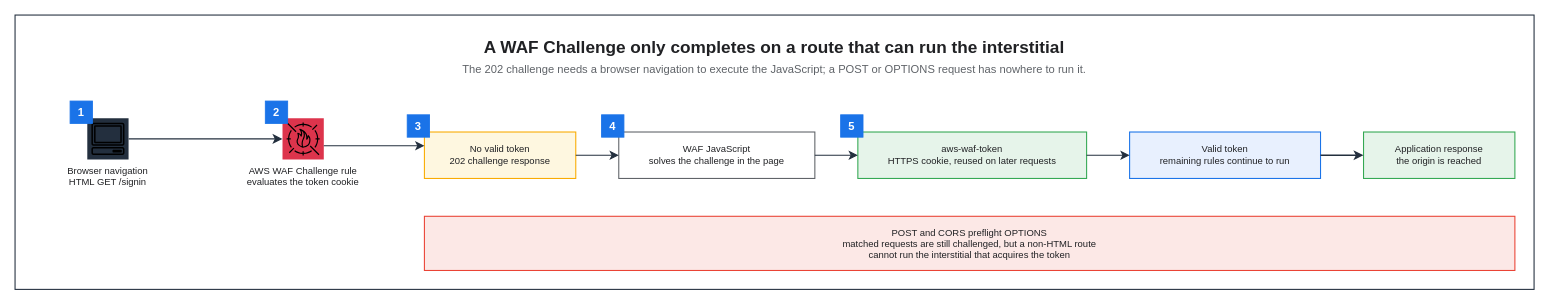
The draw.io diagram assets/img/aws/aws-waf-challenge-token-flow.drawio in KKamJi98/kkamji98.github.io, before the edit. Source tidied: cells renumbered, new cells numbered last; positions are measured from the earlier drawing's top-left corner, leaving out a move shared by most shapes. Both pictures are drawn from the tidied source at 86%, with x=0, y=0 at pixel (15, 15).
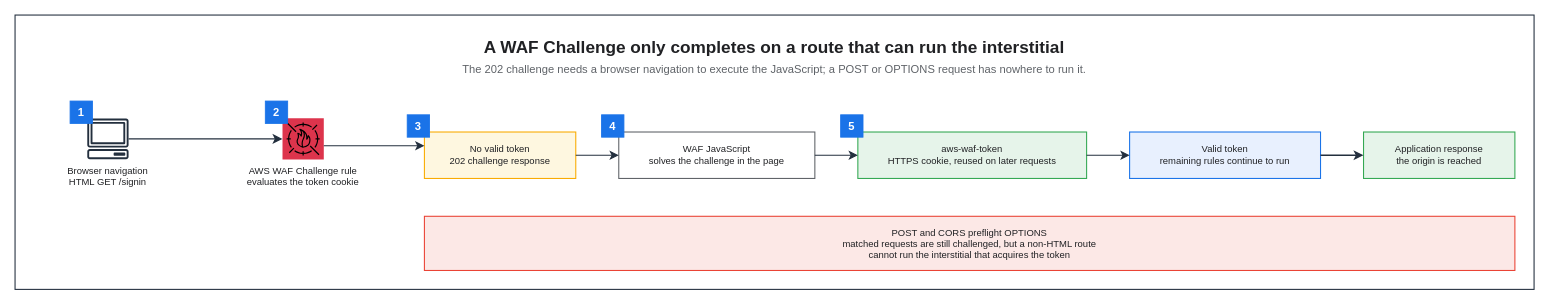
After the change.

Diff of the diagram source:
```diff
@@
-    <mxCell id="5" value="Browser navigation&#10;HTML GET /signin" style="sketch=0;outlineConnect=0;gradientColor=none;html=0;whiteSpace=nowrap;fontSize=11;fontStyle=0;fontColor=#202124;verticalLabelPosition=bottom;verticalAlign=top;align=center;labelBackgroundColor=none;fillColor=#232F3E;strokeColor=none;dashed=0;shape=mxgraph.aws4.resourceIcon;resIcon=mxgraph.aws4.client;" parent="1" vertex="1">
+    <mxCell id="5" value="Browser navigation&#10;HTML GET /signin" style="sketch=0;outlineConnect=0;gradientColor=none;html=0;whiteSpace=nowrap;fontSize=11;fontStyle=0;fontColor=#202124;verticalLabelPosition=bottom;verticalAlign=top;align=center;labelBackgroundColor=none;fillColor=#232F3E;strokeColor=none;dashed=0;shape=mxgraph.aws4.client;" parent="1" vertex="1">
       <mxGeometry x="84" y="120" width="48" height="48" as="geometry" />
     </mxCell>
```
